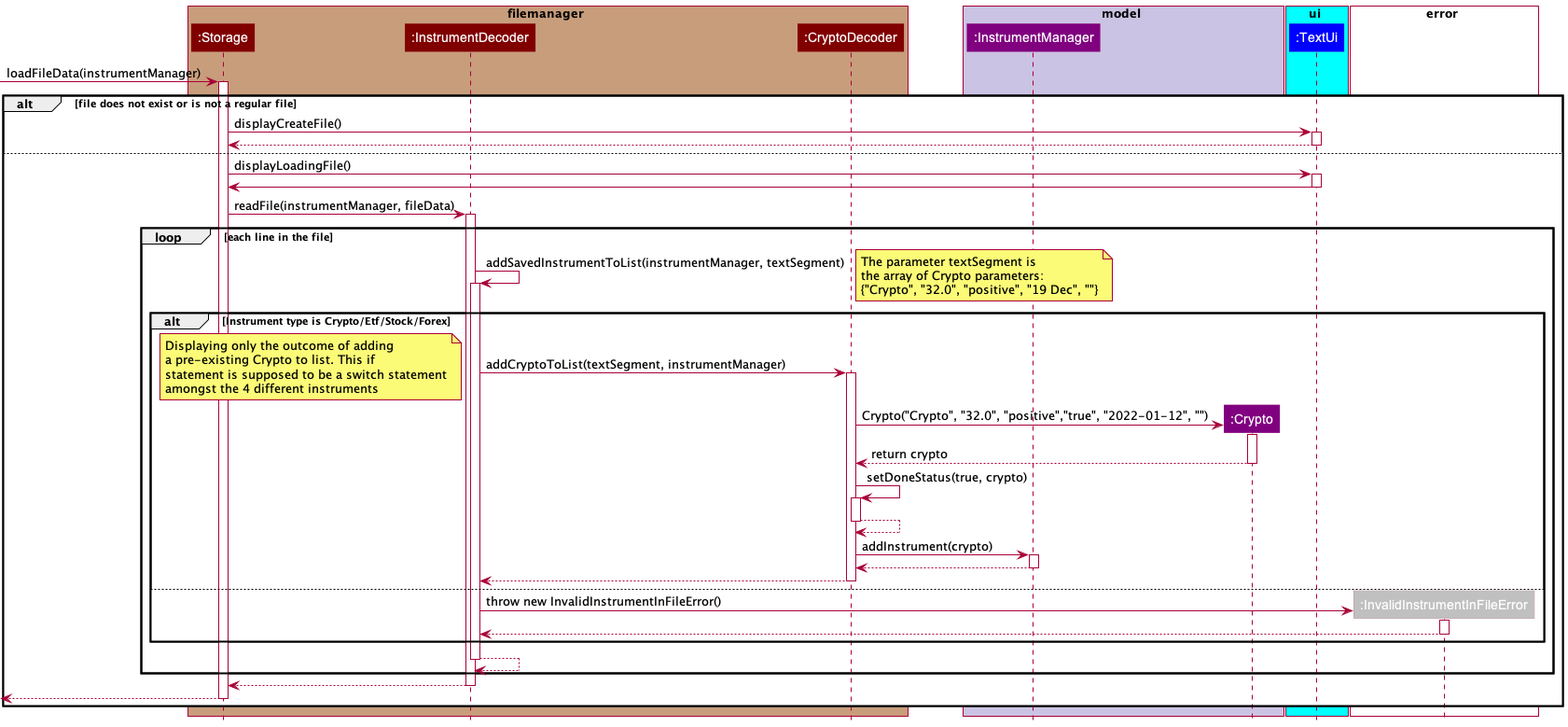
Above: docs/images/FileManagerSequenceDiagram.png in williamlamjy/mTracker (PlantUML), before the change.
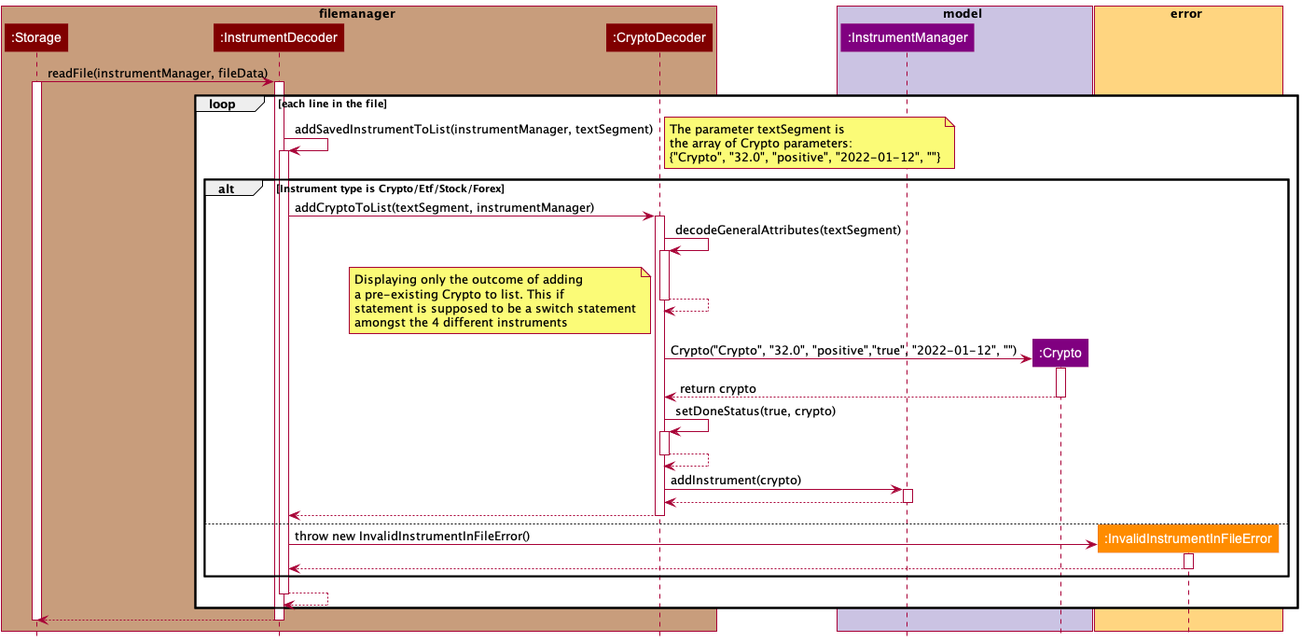
Above is the later version.

Change to the diagram source:
```diff
@@ -12,28 +12,13 @@
 participant ":Crypto" as Crypto COLOR_MODEL
 end box
 
-box ui COLOR_LIGHT_BLUE
-participant ":TextUi" as TextUi COLOR_UI
+box error COLOR_ERROR_SEGMENT
+participant ":InvalidInstrumentInFileError" as InvalidInstrumentInFileError COLOR_ERROR
 end box
 
-box error COLOR_WHITE
-participant ":InvalidInstrumentInFileError" as InvalidInstrumentInFileError COLOR_SILVER
-end box
 
-[-> Storage: loadFileData(instrumentManager)
-activate Storage
-
-alt file does not exist or is not a regular file
-    Storage-> TextUi: displayCreateFile()
-    activate TextUi
-    TextUi--> Storage
-    deactivate TextUi
-else
-    Storage-> TextUi: displayLoadingFile()
-    activate TextUi
-    TextUi-> Storage:
-    deactivate TextUi
     Storage-> InstrumentDecoder: readFile(instrumentManager, fileData)
+    activate Storage
     activate InstrumentDecoder
 
         loop each line in the file
@@ -43,12 +28,17 @@
             note right
             The parameter textSegment is
             the array of Crypto parameters:
-            {"Crypto", "32.0", "positive", "19 Dec", ""}
+            {"Crypto", "32.0", "positive", "2022-01-12", ""}
             end note
 
                 alt Instrument type is Crypto/Etf/Stock/Forex
                     InstrumentDecoder-> CryptoDecoder: addCryptoToList(textSegment, instrumentManager)
                     activate CryptoDecoder
+
+                    CryptoDecoder-> CryptoDecoder: decodeGeneralAttributes(textSegment)
+                    activate CryptoDecoder
+                    CryptoDecoder--> CryptoDecoder
+                    deactivate CryptoDecoder
 
                     note bottom
                     Displaying only the outcome of adding
@@ -92,11 +82,6 @@
                     end
                     InstrumentDecoder--> Storage
                     deactivate InstrumentDecoder
-
-                    [<-- Storage
                     deactivate Storage
 
-end
-
-
 @enduml
```
